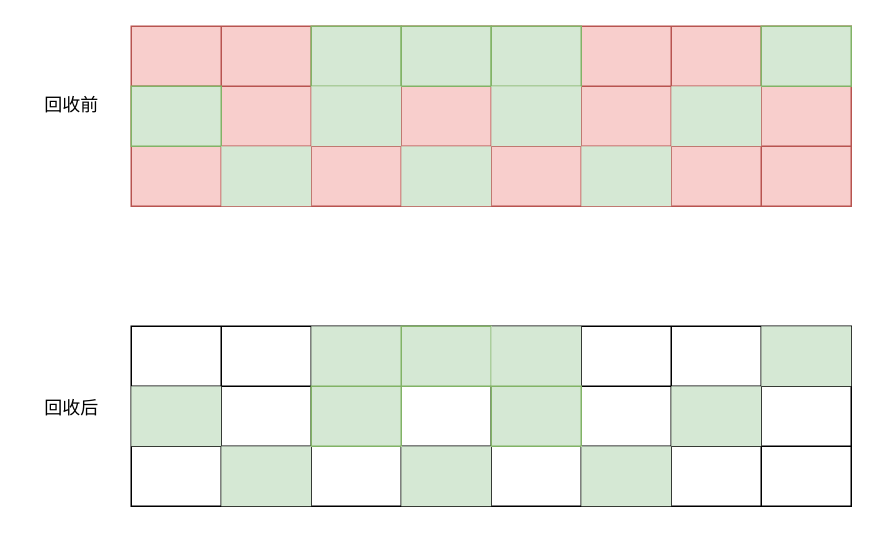
Above: V8老生区垃圾回收1.drawio in abelce/diagrams (draw.io), before the change. Source tidied: cells renumbered, new cells numbered last; positions are measured from the earlier drawing's top-left corner, leaving out a move shared by most shapes. Both pictures are drawn from the tidied source at 150%, with x=0, y=0 at pixel (26, 26).
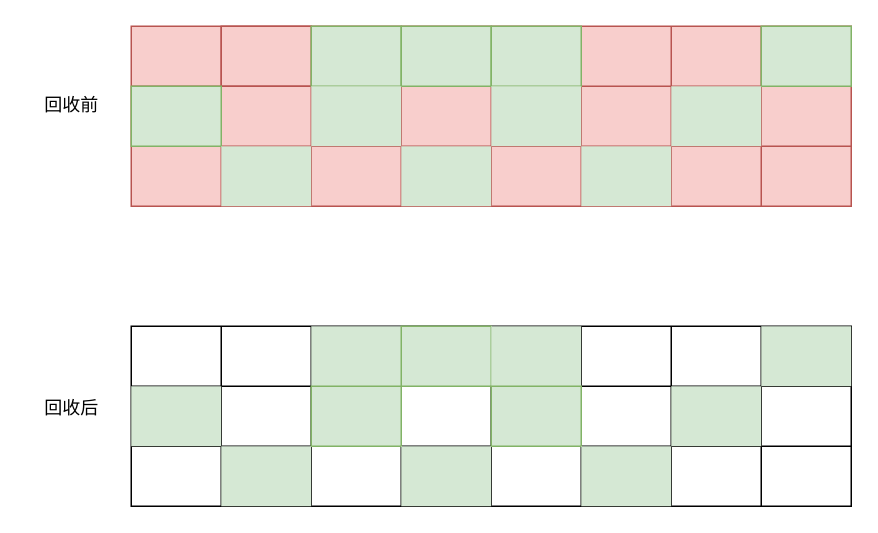
The same page after the edit.

Commit message (it also covers changes not shown here):
更新V8老生区垃圾回收1.drawio

The change refers to these unchanged cells:
```xml
<mxCell id="33" style="shape=tableRow;horizontal=0;startSize=0;swimlaneHead=0;swimlaneBody=0;strokeColor=inherit;top=0;left=0;bottom=0;right=0;fillColor=none;" parent="32" vertex="1">
  <mxGeometry width="480" height="40" as="geometry" />
</mxCell>
```

Diff of the diagram source:
```diff
@@
-    <mxCell id="35" style="shape=partialRectangle;html=1;whiteSpace=wrap;strokeColor=inherit;overflow=hidden;fillColor=none;top=0;left=0;bottom=0;right=0;" parent="33" vertex="1">
+    <mxCell id="35" style="shape=partialRectangle;html=1;whiteSpace=wrap;strokeColor=inherit;overflow=hidden;fillColor=none;top=1;left=1;bottom=1;right=0;" parent="33" vertex="1">
       <mxGeometry x="60" width="60" height="40" as="geometry" />
     </mxCell>
```
